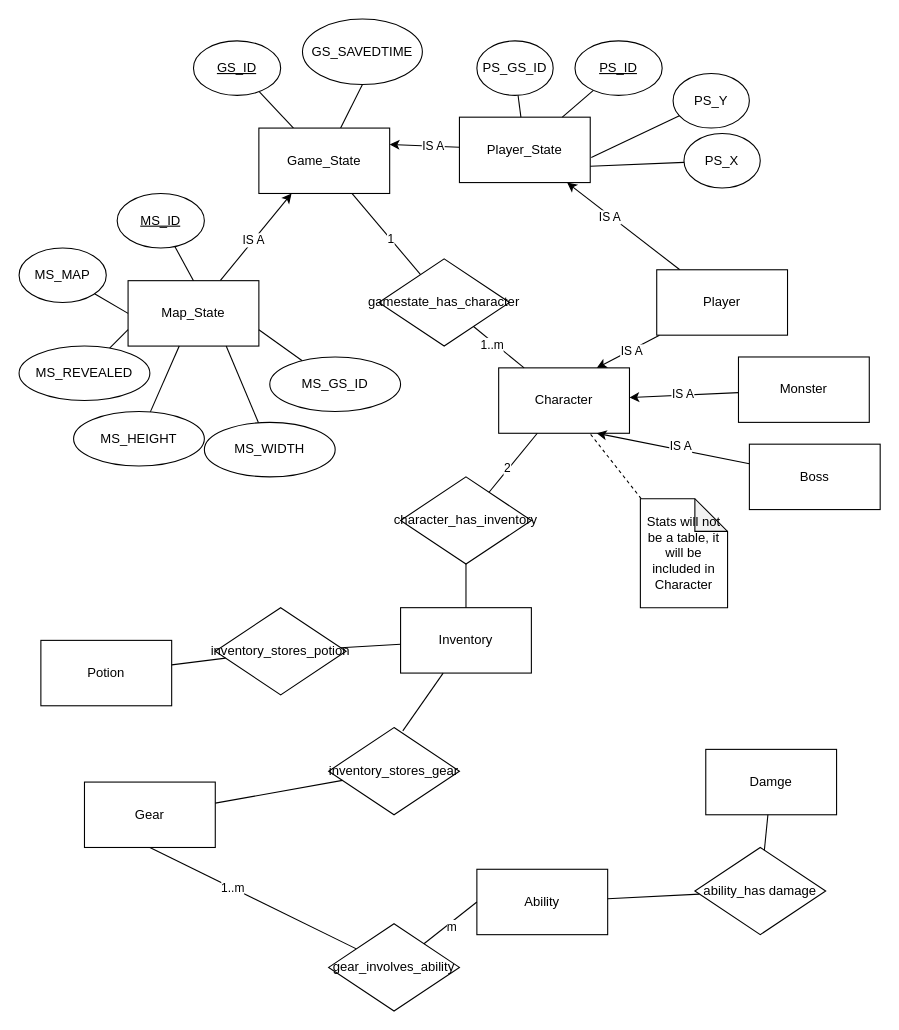
Above: page "Items & Abilities" (3 of 3) of documents/erd/ERD_GameState.drawio in PM4-FS25-DungeonCrawl/DungeonCrawl (draw.io), before the change. Source tidied: cells renumbered, new cells numbered last; positions are measured from the earlier drawing's top-left corner, leaving out a move shared by most shapes. Both pictures are drawn from the tidied source at 109%, with x=0, y=0 at pixel (19, 19).
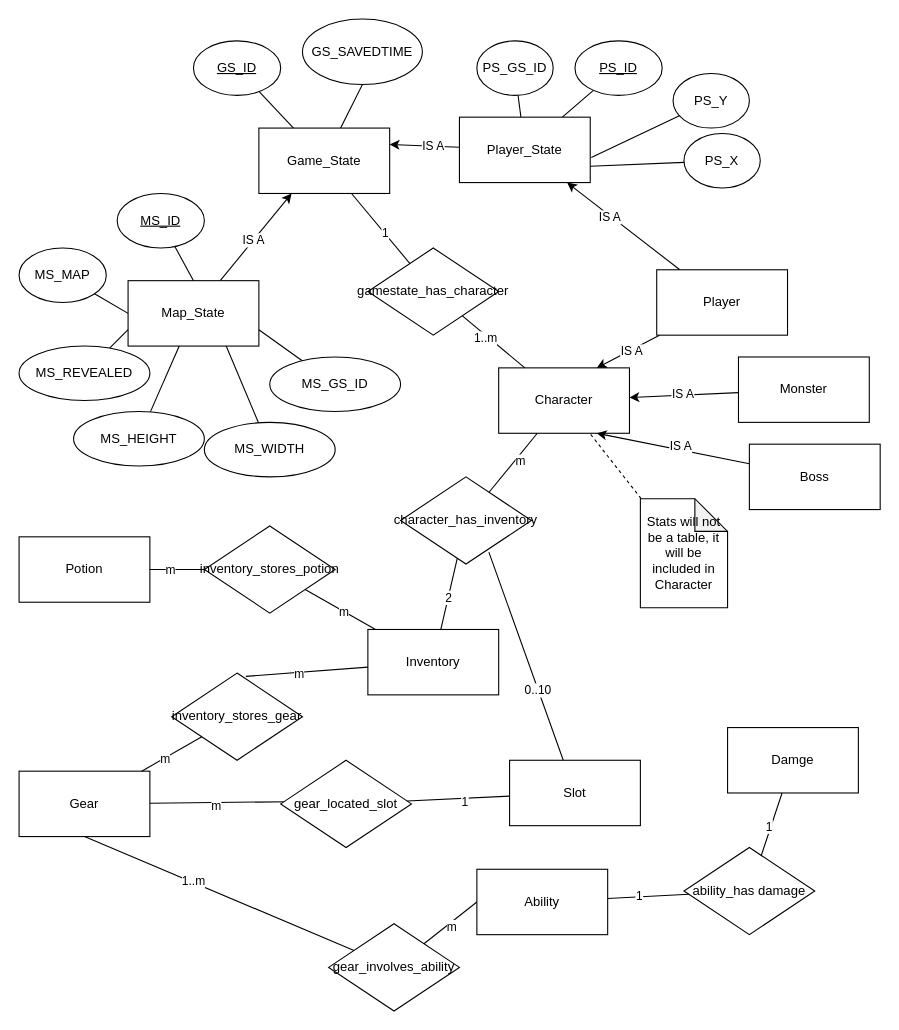
The same page after the edit.

Unchanged cells that the change refers to:
```xml
<mxCell id="63" value="character_has_inventory" style="rhombus;whiteSpace=wrap;html=1;" parent="1" vertex="1">
  <mxGeometry x="350" y="420" width="120" height="80" as="geometry" />
</mxCell>
<mxCell id="66" style="endArrow=none;html=1;rounded=0;exitX=0.567;exitY=0.038;exitDx=0;exitDy=0;exitPerimeter=0;" parent="1" edge="1" source="64" target="54">
  <mxGeometry relative="1" as="geometry" />
</mxCell>
<mxCell id="67" style="endArrow=none;html=1;rounded=0;" parent="1" edge="1" source="65" target="54">
  <mxGeometry relative="1" as="geometry" />
</mxCell>
<mxCell id="68" style="endArrow=none;html=1;rounded=0;" parent="1" edge="1" source="53" target="64">
  <mxGeometry relative="1" as="geometry" />
</mxCell>
<mxCell id="69" style="endArrow=none;html=1;rounded=0;" parent="1" edge="1" source="52" target="65">
  <mxGeometry relative="1" as="geometry" />
</mxCell>
<mxCell id="70" style="endArrow=none;html=1;rounded=0;" parent="1" edge="1" source="62" target="56">
  <mxGeometry relative="1" as="geometry" />
</mxCell>
<mxCell id="71" style="endArrow=none;html=1;rounded=0;" parent="1" edge="1" source="55" target="62">
  <mxGeometry relative="1" as="geometry" />
</mxCell>
<mxCell id="72" style="endArrow=none;html=1;rounded=0;" parent="1" edge="1" source="54" target="63">
  <mxGeometry relative="1" as="geometry" />
</mxCell>
<mxCell id="73" style="endArrow=none;html=1;rounded=0;" parent="1" edge="1" source="63" target="33">
  <mxGeometry relative="1" as="geometry" />
</mxCell>
```

What changed in the source:
```diff
@@
     <mxCell id="47" value="gamestate_has_character" style="rhombus;whiteSpace=wrap;html=1;" parent="1" vertex="1">
-      <mxGeometry x="330" y="220" width="120" height="80" as="geometry" />
+      <mxGeometry x="320" y="210" width="120" height="80" as="geometry" />
     </mxCell>
@@
     <mxCell id="52" value="Potion" style="rounded=0;whiteSpace=wrap;html=1;" parent="1" vertex="1">
-      <mxGeometry x="20" y="570" width="120" height="60" as="geometry" />
+      <mxGeometry y="475" width="120" height="60" as="geometry" />
     </mxCell>
     <mxCell id="53" value="Gear" style="rounded=0;whiteSpace=wrap;html=1;" parent="1" vertex="1">
-      <mxGeometry x="60" y="700" width="120" height="60" as="geometry" />
+      <mxGeometry y="690" width="120" height="60" as="geometry" />
     </mxCell>
     <mxCell id="54" value="Inventory" style="rounded=0;whiteSpace=wrap;html=1;" parent="1" vertex="1">
-      <mxGeometry x="350" y="540" width="120" height="60" as="geometry" />
+      <mxGeometry x="320" y="560" width="120" height="60" as="geometry" />
     </mxCell>
@@
     <mxCell id="56" value="Damge" style="rounded=0;whiteSpace=wrap;html=1;" parent="1" vertex="1">
-      <mxGeometry x="630" y="670" width="120" height="60" as="geometry" />
+      <mxGeometry x="650" y="650" width="120" height="60" as="geometry" />
     </mxCell>
@@
     <mxCell id="62" value="ability_has damage" style="rhombus;whiteSpace=wrap;html=1;" parent="1" vertex="1">
-      <mxGeometry x="620" y="760" width="120" height="80" as="geometry" />
+      <mxGeometry x="610" y="760" width="120" height="80" as="geometry" />
     </mxCell>
@@
     <mxCell id="64" value="inventory_stores_gear" style="rhombus;whiteSpace=wrap;html=1;" parent="1" vertex="1">
-      <mxGeometry x="284" y="650" width="120" height="80" as="geometry" />
+      <mxGeometry x="140" y="600" width="120" height="80" as="geometry" />
     </mxCell>
     <mxCell id="65" value="inventory_stores_potion" style="rhombus;whiteSpace=wrap;html=1;" parent="1" vertex="1">
-      <mxGeometry x="180" y="540" width="120" height="80" as="geometry" />
+      <mxGeometry x="170" y="465" width="120" height="80" as="geometry" />
     </mxCell>
@@
+    <mxCell id="75" value="m" style="edgeLabel;html=1;align=center;verticalAlign=middle;" parent="66" vertex="1">
+      <mxGeometry x="-0.13" y="-1" relative="1" as="geometry" />
+    </mxCell>
@@
+    <mxCell id="76" value="m" style="edgeLabel;html=1;align=center;verticalAlign=middle;" parent="67" vertex="1">
+      <mxGeometry x="0.07" relative="1" as="geometry" />
+    </mxCell>
@@
+    <mxCell id="77" value="m" style="edgeLabel;html=1;align=center;verticalAlign=middle;" parent="68" vertex="1">
+      <mxGeometry x="-0.24" y="-1" relative="1" as="geometry" />
+    </mxCell>
@@
+    <mxCell id="78" value="m" style="edgeLabel;html=1;align=center;verticalAlign=middle;" parent="69" vertex="1">
+      <mxGeometry x="-0.28" relative="1" as="geometry" />
+    </mxCell>
@@
+    <mxCell id="79" value="1" style="edgeLabel;html=1;align=center;verticalAlign=middle;" parent="70" vertex="1">
+      <mxGeometry x="-0.07" y="2" relative="1" as="geometry" />
+    </mxCell>
@@
+    <mxCell id="80" value="1" style="edgeLabel;html=1;align=center;verticalAlign=middle;" parent="71" vertex="1">
+      <mxGeometry x="-0.22" y="1" relative="1" as="geometry" />
+    </mxCell>
@@
+    <mxCell id="74" value="2" style="edgeLabel;html=1;align=center;verticalAlign=middle;" parent="72" vertex="1">
+      <mxGeometry x="-0.11" relative="1" as="geometry" />
+    </mxCell>
@@
-    <mxCell id="74" value="2" style="edgeLabel;html=1;align=center;verticalAlign=middle;" parent="73" vertex="1">
-      <mxGeometry x="-0.18" y="2" relative="1" as="geometry">
-        <mxPoint y="1" as="offset" />
-      </mxGeometry>
-    </mxCell>
+    <mxCell id="81" value="m" style="edgeLabel;html=1;align=center;verticalAlign=middle;" parent="73" vertex="1">
+      <mxGeometry x="0.13" y="-4" relative="1" as="geometry" />
+    </mxCell>
+    <mxCell id="82" value="Slot" style="rounded=0;whiteSpace=wrap;html=1;" parent="1" vertex="1">
+      <mxGeometry x="450" y="680" width="120" height="60" as="geometry" />
+    </mxCell>
+    <mxCell id="83" style="endArrow=none;html=1;rounded=0;entryX=0.083;entryY=0.475;entryDx=0;entryDy=0;entryPerimeter=0;" parent="1" edge="1" source="53" target="85">
+      <mxGeometry relative="1" as="geometry" />
+    </mxCell>
+    <mxCell id="84" value="m" style="edgeLabel;html=1;align=center;verticalAlign=middle;" parent="83" vertex="1">
+      <mxGeometry x="-0.07" y="-3" relative="1" as="geometry" />
+    </mxCell>
+    <mxCell id="85" value="gear_located_slot" style="rhombus;whiteSpace=wrap;html=1;" parent="1" vertex="1">
+      <mxGeometry x="240" y="680" width="120" height="80" as="geometry" />
+    </mxCell>
+    <mxCell id="86" style="endArrow=none;html=1;rounded=0;" parent="1" edge="1" source="85" target="82">
+      <mxGeometry relative="1" as="geometry" />
+    </mxCell>
+    <mxCell id="87" value="1" style="edgeLabel;html=1;align=center;verticalAlign=middle;" parent="86" vertex="1">
+      <mxGeometry x="0.1" y="-3" relative="1" as="geometry" />
+    </mxCell>
+    <mxCell id="88" style="endArrow=none;html=1;rounded=0;entryX=0.675;entryY=0.863;entryDx=0;entryDy=0;entryPerimeter=0;" parent="1" edge="1" source="82" target="63">
+      <mxGeometry relative="1" as="geometry" />
+    </mxCell>
+    <mxCell id="89" value="0..10" style="edgeLabel;html=1;align=center;verticalAlign=middle;" parent="88" vertex="1">
+      <mxGeometry x="-0.32" y="1" relative="1" as="geometry" />
+    </mxCell>
```
